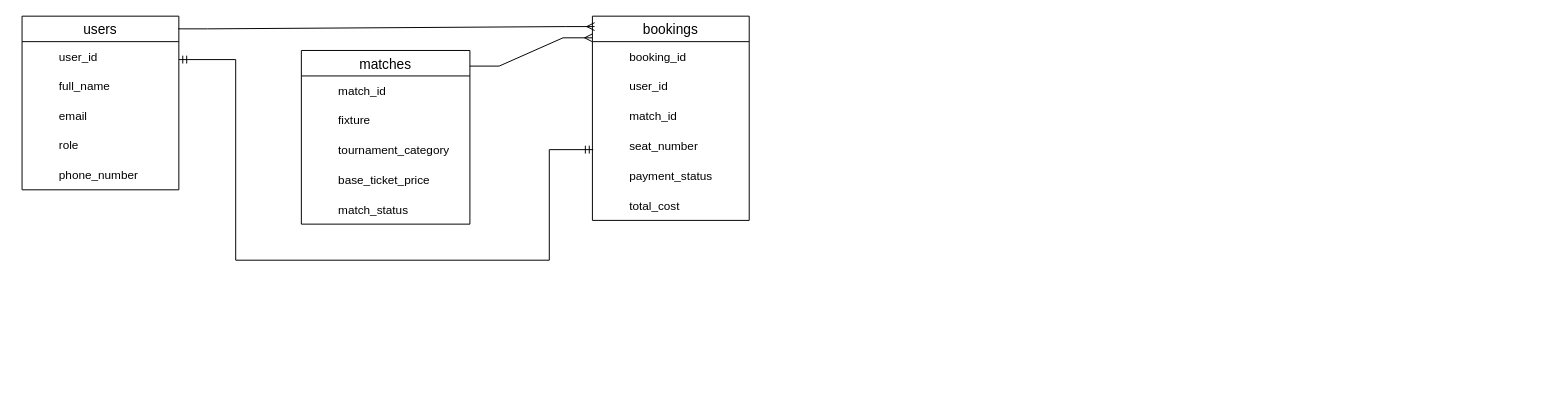
Above: erd-table.drawio in dibbockb/ticketing-backend (draw.io), before the change. Source tidied: cells renumbered, new cells numbered last; positions are measured from the earlier drawing's top-left corner, leaving out a move shared by most shapes. Both pictures are drawn from the tidied source at 98%, with x=0, y=0 at pixel (22, 16).
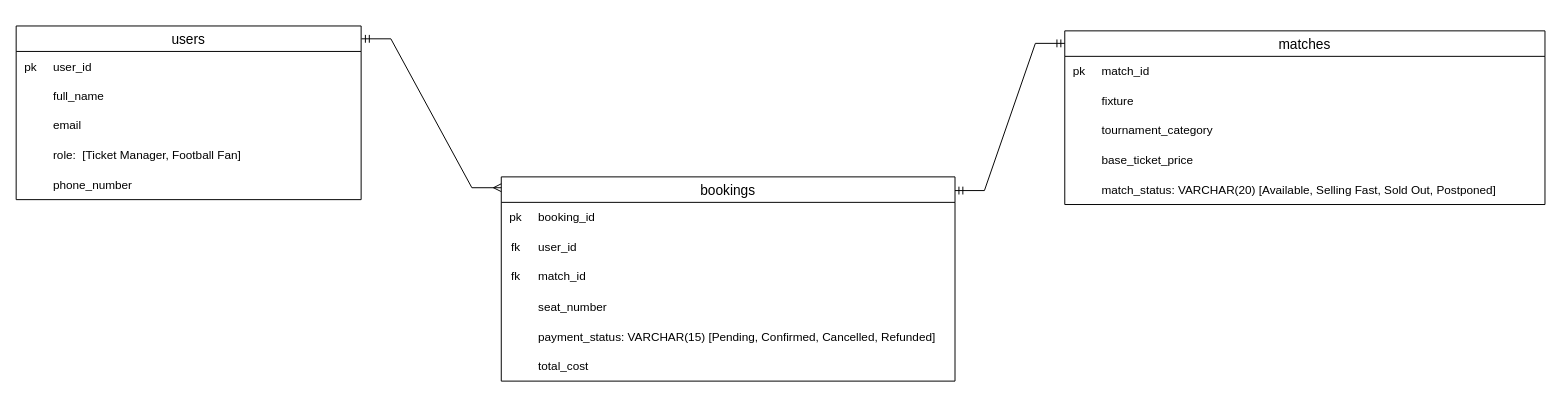
The same diagram, later.

Commit message:
fix: Updated ERD Diagram

The edit, as a diff of the source:
```diff
@@
     <mxCell id="2" value="users" style="swimlane;fontStyle=0;horizontal=1;startSize=26;align=center;fontSize=14;" parent="1" vertex="1">
-      <mxGeometry width="160" height="177.2" as="geometry" />
+      <mxGeometry x="-6" y="10" width="352" height="177.2" as="geometry" />
     </mxCell>
     <mxCell id="3" style="shape=table;startSize=0;childLayout=tableLayout;rowLines=0;fontStyle=0;align=center;strokeColor=none;fillColor=none;whiteSpace=wrap;html=1;" parent="2" vertex="1">
-      <mxGeometry y="26" width="160" height="30" as="geometry" />
+      <mxGeometry y="26" width="352" height="30" as="geometry" />
     </mxCell>
     <mxCell id="4" style="shape=tableRow;horizontal=0;startSize=0;swimlaneHead=0;swimlaneBody=0;fillColor=none;top=0;left=0;right=0;bottom=0;" parent="3" vertex="1">
-      <mxGeometry width="160" height="30" as="geometry" />
+      <mxGeometry width="352" height="30" as="geometry" />
     </mxCell>
-    <mxCell id="5" style="shape=partialRectangle;fillColor=none;top=0;left=0;bottom=0;right=0;overflow=hidden;" parent="4" vertex="1">
+    <mxCell id="5" value="pk" style="shape=partialRectangle;fillColor=none;top=0;left=0;bottom=0;right=0;overflow=hidden;fontStyle=0;align=center;" parent="4" vertex="1">
       <mxGeometry width="30" height="30" as="geometry" />
     </mxCell>
     <mxCell id="6" value="user_id" style="shape=partialRectangle;fillColor=none;top=0;left=0;bottom=0;right=0;align=left;spacingLeft=6;overflow=hidden;" parent="4" vertex="1">
-      <mxGeometry x="30" width="130" height="30" as="geometry" />
+      <mxGeometry x="30" width="322" height="30" as="geometry" />
     </mxCell>
     <mxCell id="7" style="shape=table;startSize=0;childLayout=tableLayout;rowLines=0;fontStyle=0;align=center;strokeColor=none;fillColor=none;whiteSpace=wrap;html=1;" parent="2" vertex="1">
-      <mxGeometry y="56" width="160" height="121.2" as="geometry" />
+      <mxGeometry y="56" width="352" height="121.2" as="geometry" />
     </mxCell>
     <mxCell id="8" style="shape=tableRow;horizontal=0;startSize=0;swimlaneHead=0;swimlaneBody=0;fillColor=none;top=0;left=0;right=0;bottom=0;" parent="7" vertex="1">
-      <mxGeometry width="160" height="30" as="geometry" />
+      <mxGeometry width="352" height="30" as="geometry" />
     </mxCell>
@@
     <mxCell id="10" value="full_name" style="shape=partialRectangle;fillColor=none;top=0;left=0;bottom=0;right=0;align=left;spacingLeft=6;overflow=hidden;" parent="8" vertex="1">
-      <mxGeometry x="30" width="130" height="30" as="geometry" />
+      <mxGeometry x="30" width="322" height="30" as="geometry" />
     </mxCell>
     <mxCell id="11" style="shape=tableRow;horizontal=0;startSize=0;swimlaneHead=0;swimlaneBody=0;fillColor=none;top=0;left=0;right=0;bottom=0;" parent="7" vertex="1">
-      <mxGeometry y="30" width="160" height="30" as="geometry" />
+      <mxGeometry y="30" width="352" height="30" as="geometry" />
     </mxCell>
@@
     <mxCell id="13" value="email" style="shape=partialRectangle;fillColor=none;top=0;left=0;bottom=0;right=0;align=left;spacingLeft=6;overflow=hidden;" parent="11" vertex="1">
-      <mxGeometry x="30" width="130" height="30" as="geometry" />
+      <mxGeometry x="30" width="322" height="30" as="geometry" />
     </mxCell>
     <mxCell id="14" style="shape=tableRow;horizontal=0;startSize=0;swimlaneHead=0;swimlaneBody=0;fillColor=none;top=0;left=0;right=0;bottom=0;" parent="7" vertex="1">
-      <mxGeometry y="60" width="160" height="31" as="geometry" />
+      <mxGeometry y="60" width="352" height="31" as="geometry" />
     </mxCell>
@@
-    <mxCell id="16" value="role" style="shape=partialRectangle;fillColor=none;top=0;left=0;bottom=0;right=0;align=left;spacingLeft=6;overflow=hidden;" parent="14" vertex="1">
-      <mxGeometry x="30" width="130" height="31" as="geometry" />
+    <mxCell id="16" value="role:  [Ticket Manager, Football Fan]" style="shape=partialRectangle;fillColor=none;top=0;left=0;bottom=0;right=0;align=left;spacingLeft=6;overflow=hidden;" parent="14" vertex="1">
+      <mxGeometry x="30" width="322" height="31" as="geometry" />
     </mxCell>
     <mxCell id="17" style="shape=tableRow;horizontal=0;startSize=0;swimlaneHead=0;swimlaneBody=0;fillColor=none;top=0;left=0;right=0;bottom=0;" parent="7" vertex="1">
-      <mxGeometry y="91" width="160" height="30" as="geometry" />
+      <mxGeometry y="91" width="352" height="30" as="geometry" />
     </mxCell>
@@
     <mxCell id="19" value="phone_number" style="shape=partialRectangle;fillColor=none;top=0;left=0;bottom=0;right=0;align=left;spacingLeft=6;overflow=hidden;" parent="17" vertex="1">
-      <mxGeometry x="30" width="130" height="30" as="geometry" />
+      <mxGeometry x="30" width="322" height="30" as="geometry" />
     </mxCell>
     <mxCell id="20" value="bookings" style="swimlane;fontStyle=0;horizontal=1;startSize=26;align=center;fontSize=14;" parent="1" vertex="1">
-      <mxGeometry x="582" width="160" height="208.4" as="geometry" />
+      <mxGeometry x="489" y="164" width="463" height="208.4" as="geometry" />
     </mxCell>
     <mxCell id="21" style="shape=table;startSize=0;childLayout=tableLayout;rowLines=0;fontStyle=0;align=center;strokeColor=none;fillColor=none;whiteSpace=wrap;html=1;" parent="20" vertex="1">
-      <mxGeometry y="26" width="160" height="182.4" as="geometry" />
+      <mxGeometry y="26" width="463" height="182.4" as="geometry" />
     </mxCell>
     <mxCell id="22" style="shape=tableRow;horizontal=0;startSize=0;swimlaneHead=0;swimlaneBody=0;fillColor=none;top=0;left=0;right=0;bottom=0;" parent="21" vertex="1">
-      <mxGeometry width="160" height="30" as="geometry" />
+      <mxGeometry width="463" height="30" as="geometry" />
     </mxCell>
-    <mxCell id="23" style="shape=partialRectangle;fillColor=none;top=0;left=0;bottom=0;right=0;overflow=hidden;" parent="22" vertex="1">
+    <mxCell id="23" value="pk" style="shape=partialRectangle;fillColor=none;top=0;left=0;bottom=0;right=0;overflow=hidden;align=center;" parent="22" vertex="1">
       <mxGeometry width="30" height="30" as="geometry" />
     </mxCell>
     <mxCell id="24" value="booking_id" style="shape=partialRectangle;fillColor=none;top=0;left=0;bottom=0;right=0;align=left;spacingLeft=6;overflow=hidden;" parent="22" vertex="1">
-      <mxGeometry x="30" width="130" height="30" as="geometry" />
+      <mxGeometry x="30" width="433" height="30" as="geometry" />
     </mxCell>
     <mxCell id="25" style="shape=tableRow;horizontal=0;startSize=0;swimlaneHead=0;swimlaneBody=0;fillColor=none;top=0;left=0;right=0;bottom=0;" parent="21" vertex="1">
-      <mxGeometry y="30" width="160" height="30" as="geometry" />
+      <mxGeometry y="30" width="463" height="30" as="geometry" />
     </mxCell>
-    <mxCell id="26" style="shape=partialRectangle;fillColor=none;top=0;left=0;bottom=0;right=0;overflow=hidden;" parent="25" vertex="1">
+    <mxCell id="26" value="fk" style="shape=partialRectangle;fillColor=none;top=0;left=0;bottom=0;right=0;overflow=hidden;align=center;" parent="25" vertex="1">
       <mxGeometry width="30" height="30" as="geometry" />
     </mxCell>
     <mxCell id="27" value="user_id" style="shape=partialRectangle;fillColor=none;top=0;left=0;bottom=0;right=0;align=left;spacingLeft=6;overflow=hidden;" parent="25" vertex="1">
-      <mxGeometry x="30" width="130" height="30" as="geometry" />
+      <mxGeometry x="30" width="433" height="30" as="geometry" />
     </mxCell>
     <mxCell id="28" style="shape=tableRow;horizontal=0;startSize=0;swimlaneHead=0;swimlaneBody=0;fillColor=none;top=0;left=0;right=0;bottom=0;" parent="21" vertex="1">
-      <mxGeometry y="60" width="160" height="30" as="geometry" />
+      <mxGeometry y="60" width="463" height="30" as="geometry" />
     </mxCell>
-    <mxCell id="29" style="shape=partialRectangle;fillColor=none;top=0;left=0;bottom=0;right=0;overflow=hidden;" parent="28" vertex="1">
+    <mxCell id="29" value="fk" style="shape=partialRectangle;fillColor=none;top=0;left=0;bottom=0;right=0;overflow=hidden;align=center;fontColor=default;" parent="28" vertex="1">
       <mxGeometry width="30" height="30" as="geometry" />
     </mxCell>
     <mxCell id="30" value="match_id" style="shape=partialRectangle;fillColor=none;top=0;left=0;bottom=0;right=0;align=left;spacingLeft=6;overflow=hidden;" parent="28" vertex="1">
-      <mxGeometry x="30" width="130" height="30" as="geometry" />
+      <mxGeometry x="30" width="433" height="30" as="geometry" />
     </mxCell>
     <mxCell id="31" style="shape=tableRow;horizontal=0;startSize=0;swimlaneHead=0;swimlaneBody=0;fillColor=none;points=[[0,0.5],[1,0.5]];portConstraint=eastwest;top=0;left=0;right=0;bottom=0;" parent="21" vertex="1">
-      <mxGeometry y="90" width="160" height="32" as="geometry" />
+      <mxGeometry y="90" width="463" height="32" as="geometry" />
     </mxCell>
@@
     <mxCell id="33" value="seat_number" style="shape=partialRectangle;fillColor=none;top=0;left=0;bottom=0;right=0;align=left;spacingLeft=6;overflow=hidden;" parent="31" vertex="1">
-      <mxGeometry x="30" width="130" height="32" as="geometry" />
+      <mxGeometry x="30" width="433" height="32" as="geometry" />
     </mxCell>
     <mxCell id="34" style="shape=tableRow;horizontal=0;startSize=0;swimlaneHead=0;swimlaneBody=0;fillColor=none;top=0;left=0;right=0;bottom=0;" parent="21" vertex="1">
-      <mxGeometry y="122" width="160" height="30" as="geometry" />
+      <mxGeometry y="122" width="463" height="30" as="geometry" />
     </mxCell>
@@
-    <mxCell id="36" value="payment_status" style="shape=partialRectangle;fillColor=none;top=0;left=0;bottom=0;right=0;align=left;spacingLeft=6;overflow=hidden;" parent="34" vertex="1">
-      <mxGeometry x="30" width="130" height="30" as="geometry" />
+    <mxCell id="36" value="payment_status: VARCHAR(15) [Pending, Confirmed, Cancelled, Refunded]" style="shape=partialRectangle;fillColor=none;top=0;left=0;bottom=0;right=0;align=left;spacingLeft=6;overflow=hidden;" parent="34" vertex="1">
+      <mxGeometry x="30" width="433" height="30" as="geometry" />
     </mxCell>
     <mxCell id="37" style="shape=tableRow;horizontal=0;startSize=0;swimlaneHead=0;swimlaneBody=0;fillColor=none;top=0;left=0;right=0;bottom=0;" parent="21" vertex="1">
-      <mxGeometry y="152" width="160" height="30" as="geometry" />
+      <mxGeometry y="152" width="463" height="30" as="geometry" />
     </mxCell>
@@
     <mxCell id="39" value="total_cost" style="shape=partialRectangle;fillColor=none;top=0;left=0;bottom=0;right=0;align=left;spacingLeft=6;overflow=hidden;" parent="37" vertex="1">
-      <mxGeometry x="30" width="130" height="30" as="geometry" />
+      <mxGeometry x="30" width="433" height="30" as="geometry" />
     </mxCell>
-    <mxCell id="40" style="edgeStyle=entityRelationEdgeStyle;fontSize=12;html=1;endArrow=ERmany;rounded=0;entryX=0.014;entryY=0.051;entryDx=0;entryDy=0;entryPerimeter=0;exitX=0.996;exitY=0.073;exitDx=0;exitDy=0;exitPerimeter=0;endFill=0;" parent="1" edge="1" source="2" target="20">
+    <mxCell id="40" style="edgeStyle=entityRelationEdgeStyle;fontSize=12;html=1;endArrow=ERmany;rounded=0;entryX=0;entryY=0.053;entryDx=0;entryDy=0;entryPerimeter=0;endFill=0;startArrow=ERmandOne;startFill=0;exitX=1.001;exitY=0.074;exitDx=0;exitDy=0;exitPerimeter=0;curved=0;" parent="1" edge="1" source="2" target="20">
       <mxGeometry relative="1" as="geometry" />
     </mxCell>
     <mxCell id="41" value="matches" style="swimlane;fontStyle=0;horizontal=1;startSize=26;align=center;fontSize=14;" parent="1" vertex="1">
-      <mxGeometry x="285" y="35" width="172" height="177.2" as="geometry" />
+      <mxGeometry x="1064" y="15" width="490" height="177.2" as="geometry" />
     </mxCell>
     <mxCell id="42" style="shape=table;startSize=0;childLayout=tableLayout;rowLines=0;fontStyle=0;align=center;strokeColor=none;fillColor=none;whiteSpace=wrap;html=1;" parent="41" vertex="1">
-      <mxGeometry y="26" width="172" height="30" as="geometry" />
+      <mxGeometry y="26" width="490" height="30" as="geometry" />
     </mxCell>
     <mxCell id="43" style="shape=tableRow;horizontal=0;startSize=0;swimlaneHead=0;swimlaneBody=0;fillColor=none;top=0;left=0;right=0;bottom=0;" parent="42" vertex="1">
-      <mxGeometry width="172" height="30" as="geometry" />
+      <mxGeometry width="490" height="30" as="geometry" />
     </mxCell>
-    <mxCell id="44" style="shape=partialRectangle;fillColor=none;top=0;left=0;bottom=0;right=0;overflow=hidden;" parent="43" vertex="1">
+    <mxCell id="44" value="pk" style="shape=partialRectangle;fillColor=none;top=0;left=0;bottom=0;right=0;overflow=hidden;align=center;" parent="43" vertex="1">
       <mxGeometry width="30" height="30" as="geometry" />
     </mxCell>
     <mxCell id="45" value="match_id" style="shape=partialRectangle;fillColor=none;top=0;left=0;bottom=0;right=0;align=left;spacingLeft=6;overflow=hidden;" parent="43" vertex="1">
-      <mxGeometry x="30" width="142" height="30" as="geometry" />
+      <mxGeometry x="30" width="460" height="30" as="geometry" />
     </mxCell>
     <mxCell id="46" style="shape=table;startSize=0;childLayout=tableLayout;rowLines=0;fontStyle=0;align=center;strokeColor=none;fillColor=none;whiteSpace=wrap;html=1;" parent="41" vertex="1">
-      <mxGeometry y="56" width="172" height="121.2" as="geometry" />
+      <mxGeometry y="56" width="490" height="121.2" as="geometry" />
     </mxCell>
     <mxCell id="47" style="shape=tableRow;horizontal=0;startSize=0;swimlaneHead=0;swimlaneBody=0;fillColor=none;top=0;left=0;right=0;bottom=0;" parent="46" vertex="1">
-      <mxGeometry width="172" height="30" as="geometry" />
+      <mxGeometry width="490" height="30" as="geometry" />
     </mxCell>
@@
     <mxCell id="49" value="fixture" style="shape=partialRectangle;fillColor=none;top=0;left=0;bottom=0;right=0;align=left;spacingLeft=6;overflow=hidden;" parent="47" vertex="1">
-      <mxGeometry x="30" width="142" height="30" as="geometry" />
+      <mxGeometry x="30" width="460" height="30" as="geometry" />
     </mxCell>
     <mxCell id="50" style="shape=tableRow;horizontal=0;startSize=0;swimlaneHead=0;swimlaneBody=0;fillColor=none;top=0;left=0;right=0;bottom=0;" parent="46" vertex="1">
-      <mxGeometry y="30" width="172" height="30" as="geometry" />
+      <mxGeometry y="30" width="490" height="30" as="geometry" />
     </mxCell>
@@
     <mxCell id="52" value="tournament_category" style="shape=partialRectangle;fillColor=none;top=0;left=0;bottom=0;right=0;align=left;spacingLeft=6;overflow=hidden;" parent="50" vertex="1">
-      <mxGeometry x="30" width="142" height="30" as="geometry" />
+      <mxGeometry x="30" width="460" height="30" as="geometry" />
     </mxCell>
     <mxCell id="53" style="shape=tableRow;horizontal=0;startSize=0;swimlaneHead=0;swimlaneBody=0;fillColor=none;top=0;left=0;right=0;bottom=0;" parent="46" vertex="1">
-      <mxGeometry y="60" width="172" height="31" as="geometry" />
+      <mxGeometry y="60" width="490" height="31" as="geometry" />
     </mxCell>
@@
     <mxCell id="55" value="base_ticket_price" style="shape=partialRectangle;fillColor=none;top=0;left=0;bottom=0;right=0;align=left;spacingLeft=6;overflow=hidden;" parent="53" vertex="1">
-      <mxGeometry x="30" width="142" height="31" as="geometry" />
+      <mxGeometry x="30" width="460" height="31" as="geometry" />
     </mxCell>
     <mxCell id="56" style="shape=tableRow;horizontal=0;startSize=0;swimlaneHead=0;swimlaneBody=0;fillColor=none;top=0;left=0;right=0;bottom=0;" parent="46" vertex="1">
-      <mxGeometry y="91" width="172" height="30" as="geometry" />
+      <mxGeometry y="91" width="490" height="30" as="geometry" />
     </mxCell>
@@
-    <mxCell id="58" value="match_status" style="shape=partialRectangle;fillColor=none;top=0;left=0;bottom=0;right=0;align=left;spacingLeft=6;overflow=hidden;" parent="56" vertex="1">
-      <mxGeometry x="30" width="142" height="30" as="geometry" />
+    <mxCell id="58" value="match_status: VARCHAR(20) [Available, Selling Fast, Sold Out, Postponed]" style="shape=partialRectangle;fillColor=none;top=0;left=0;bottom=0;right=0;align=left;spacingLeft=6;overflow=hidden;" parent="56" vertex="1">
+      <mxGeometry x="30" width="460" height="30" as="geometry" />
     </mxCell>
-    <mxCell id="59" style="edgeStyle=orthogonalEdgeStyle;fontSize=12;html=1;endArrow=ERmandOne;startArrow=ERmandOne;rounded=0;entryX=0.005;entryY=0.631;entryDx=0;entryDy=0;entryPerimeter=0;exitX=1;exitY=0.25;exitDx=0;exitDy=0;" parent="1" edge="1" source="2" target="31">
-      <mxGeometry relative="1" as="geometry">
-        <Array as="points">
-          <mxPoint x="218" y="44" />
-          <mxPoint x="218" y="249" />
-          <mxPoint x="538" y="249" />
-          <mxPoint x="538" y="136" />
-        </Array>
-      </mxGeometry>
-    </mxCell>
-    <mxCell id="60" style="edgeStyle=entityRelationEdgeStyle;fontSize=12;html=1;endArrow=ERmany;rounded=0;entryX=0;entryY=0.106;entryDx=0;entryDy=0;entryPerimeter=0;exitX=0.999;exitY=0.09;exitDx=0;exitDy=0;exitPerimeter=0;" parent="1" edge="1" source="41" target="20">
-      <mxGeometry relative="1" as="geometry" />
-    </mxCell>
+    <mxCell id="61" style="edgeStyle=entityRelationEdgeStyle;fontSize=12;html=1;endArrow=ERmandOne;startArrow=ERmandOne;rounded=0;exitX=1;exitY=0.067;exitDx=0;exitDy=0;exitPerimeter=0;entryX=0;entryY=0.072;entryDx=0;entryDy=0;entryPerimeter=0;" parent="1" edge="1" source="20" target="41">
+      <mxGeometry relative="1" as="geometry" />
+    </mxCell>
```
